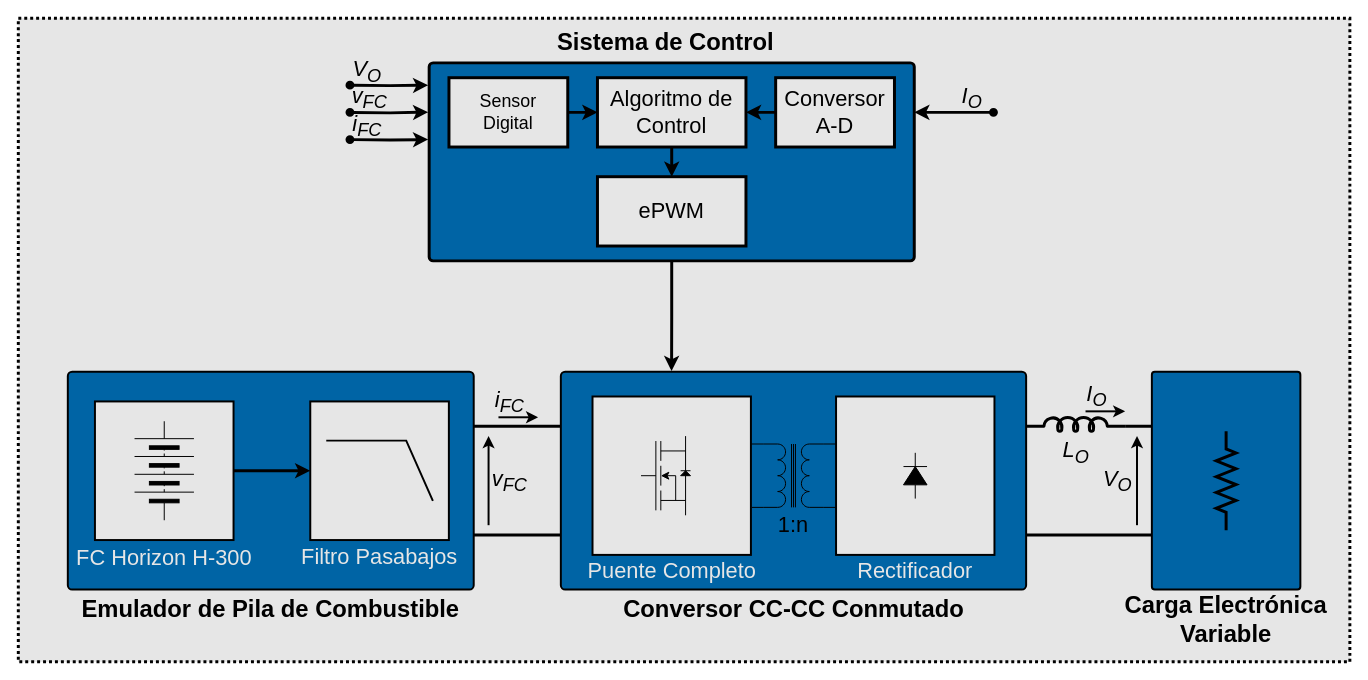
The draw.io diagram Informe/Diagramas/Plataforma Experimental.drawio in tomas-tavella/Proyecto-Final, before the edit. Source tidied: cells renumbered, new cells numbered last; positions are measured from the earlier drawing's top-left corner, leaving out a move shared by most shapes. Both pictures are drawn from the tidied source at 99%, with x=0, y=0 at pixel (18, 18).
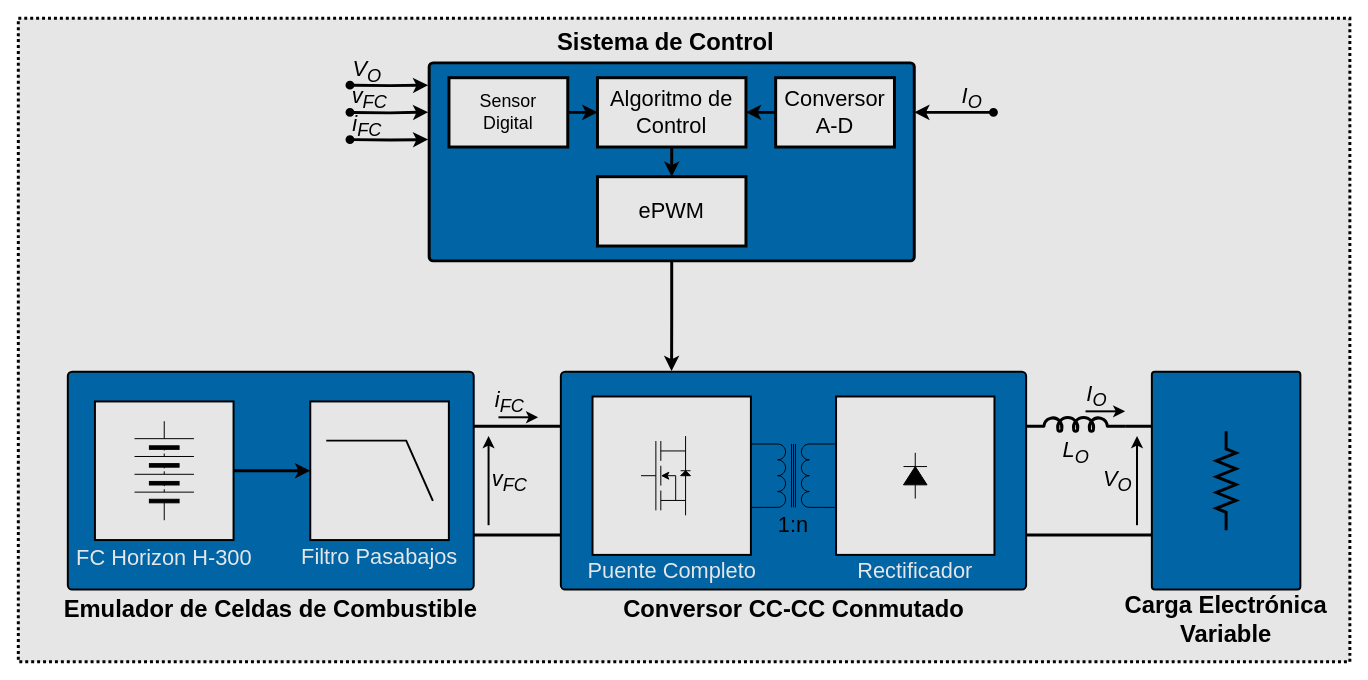
After the change.

What changed in the source:
```diff
@@
-    <mxCell id="30" value="&lt;font style=&quot;font-size: 24px;&quot;&gt;Emulador de Pila de Combustible&lt;/font&gt;" style="text;html=1;strokeColor=none;fillColor=none;align=center;verticalAlign=middle;whiteSpace=wrap;rounded=0;fontFamily=CMU Serif;fontSize=20;fontStyle=1;" parent="1" vertex="1">
-      <mxGeometry x="45.1" y="582" width="419.8" height="30" as="geometry" />
+    <mxCell id="30" value="&lt;font style=&quot;font-size: 24px;&quot;&gt;Emulador de Celdas de Combustible&lt;/font&gt;" style="text;html=1;strokeColor=none;fillColor=none;align=center;verticalAlign=middle;whiteSpace=wrap;rounded=0;fontFamily=CMU Serif;fontSize=20;fontStyle=1;" parent="1" vertex="1">
+      <mxGeometry x="30.1" y="582" width="449.9" height="30" as="geometry" />
     </mxCell>
```
